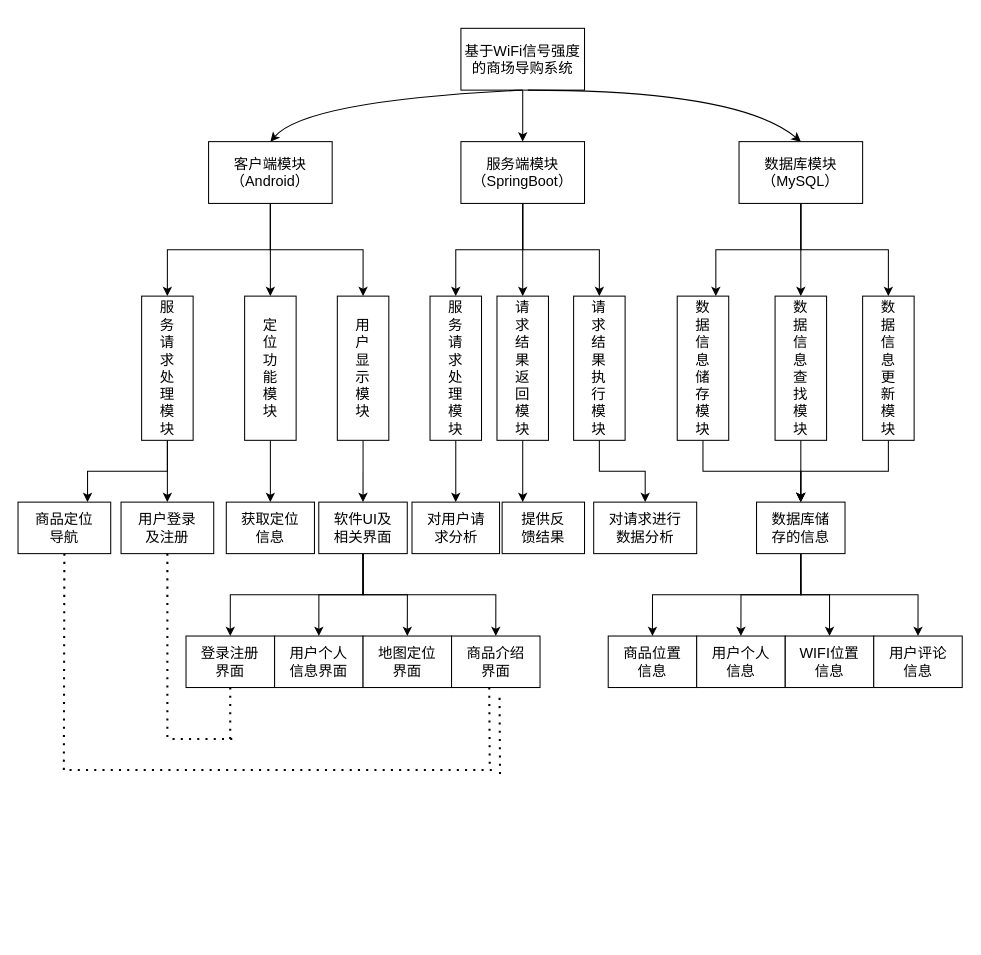
Above: graphs/graph.drawio in Witchcraft-Jasper/SWIEAGO (draw.io), before the change. Source tidied: cells renumbered, new cells numbered last; positions are measured from the earlier drawing's top-left corner, leaving out a move shared by most shapes. Both pictures are drawn from the tidied source at 103%, with x=0, y=0 at pixel (18, 28).
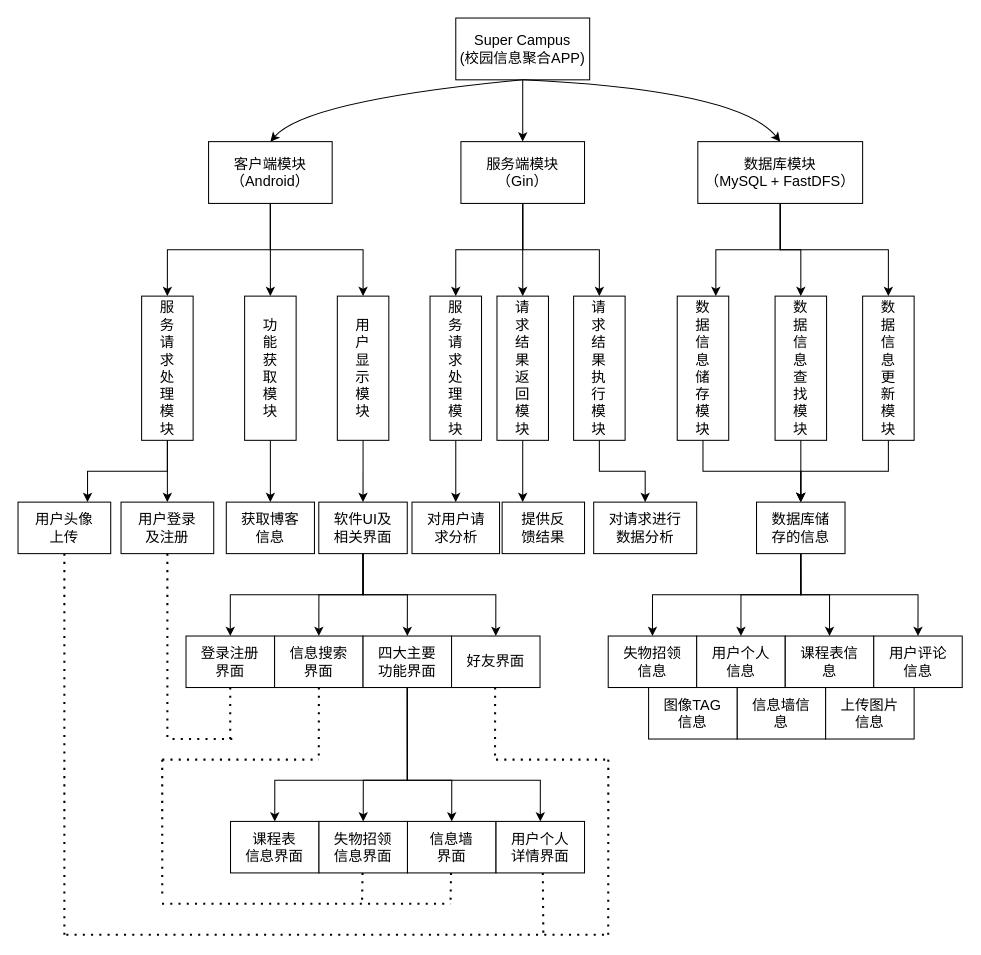
After the change.

What changed in the source:
```diff
@@
-    <mxCell id="3" value="&lt;font style=&quot;font-size: 14px&quot;&gt;基于WiFi信号强度的商场导购系统&lt;/font&gt;" style="rounded=0;whiteSpace=wrap;html=1;" parent="1" vertex="1">
-      <mxGeometry x="430" width="120" height="60" as="geometry" />
+    <mxCell id="3" value="&lt;font style=&quot;font-size: 14px&quot;&gt;Super Campus&lt;br&gt;(校园信息聚合APP)&lt;br&gt;&lt;/font&gt;" style="rounded=0;whiteSpace=wrap;html=1;" parent="1" vertex="1">
+      <mxGeometry x="425" y="-10" width="130" height="60" as="geometry" />
     </mxCell>
@@
-    <mxCell id="12" value="&lt;font style=&quot;font-size: 14px&quot;&gt;服务端模块&lt;br&gt;（SpringBoot）&lt;br&gt;&lt;/font&gt;" style="rounded=0;whiteSpace=wrap;html=1;rotation=0;" parent="1" vertex="1">
+    <mxCell id="12" value="&lt;font style=&quot;font-size: 14px&quot;&gt;服务端模块&lt;br&gt;（Gin）&lt;br&gt;&lt;/font&gt;" style="rounded=0;whiteSpace=wrap;html=1;rotation=0;" parent="1" vertex="1">
       <mxGeometry x="430" y="110" width="120" height="60" as="geometry" />
     </mxCell>
@@
-    <mxCell id="16" value="&lt;font style=&quot;font-size: 14px&quot;&gt;数据库模块&lt;br&gt;（MySQL）&lt;br&gt;&lt;/font&gt;" style="rounded=0;whiteSpace=wrap;html=1;" parent="1" vertex="1">
-      <mxGeometry x="700" y="110" width="120" height="60" as="geometry" />
+    <mxCell id="16" value="&lt;font style=&quot;font-size: 14px&quot;&gt;数据库模块&lt;br&gt;（MySQL + FastDFS）&lt;br&gt;&lt;/font&gt;" style="rounded=0;whiteSpace=wrap;html=1;" parent="1" vertex="1">
+      <mxGeometry x="660" y="110" width="160" height="60" as="geometry" />
     </mxCell>
@@
-    <mxCell id="21" value="定位功能模块" style="rounded=0;whiteSpace=wrap;html=1;fontSize=14;verticalAlign=middle;spacingTop=0;spacingBottom=0;spacing=15;" parent="1" vertex="1">
+    <mxCell id="21" value="功能获取模块" style="rounded=0;whiteSpace=wrap;html=1;fontSize=14;verticalAlign=middle;spacingTop=0;spacingBottom=0;spacing=15;" parent="1" vertex="1">
       <mxGeometry x="220" y="260" width="50" height="140" as="geometry" />
     </mxCell>
@@
-    <mxCell id="24" style="curved=1;endArrow=classic;html=1;exitX=0.5;exitY=1;exitDx=0;exitDy=0;entryX=0.5;entryY=0;entryDx=0;entryDy=0;horizontal=1;" parent="1" edge="1" target="16">
+    <mxCell id="24" style="curved=1;endArrow=classic;html=1;exitX=0.5;exitY=1;exitDx=0;exitDy=0;entryX=0.5;entryY=0;entryDx=0;entryDy=0;horizontal=1;" parent="1" edge="1" source="3" target="16">
       <mxGeometry relative="1" as="geometry">
-        <mxPoint x="495" y="60" as="sourcePoint" />
         <Array as="points">
           <mxPoint x="700" y="60" />
         </Array>
       </mxGeometry>
     </mxCell>
-    <mxCell id="25" value="商品定位&lt;br&gt;导航" style="rounded=0;whiteSpace=wrap;html=1;fontSize=14;verticalAlign=middle;spacingTop=0;spacingBottom=0;spacing=15;direction=south;" parent="1" vertex="1">
+    <mxCell id="25" value="用户头像上传" style="rounded=0;whiteSpace=wrap;html=1;fontSize=14;verticalAlign=middle;spacingTop=0;spacingBottom=0;spacing=15;direction=south;" parent="1" vertex="1">
       <mxGeometry y="460" width="90" height="50" as="geometry" />
     </mxCell>
@@
-    <mxCell id="32" value="获取定位信息" style="rounded=0;whiteSpace=wrap;html=1;fontSize=14;verticalAlign=middle;spacingTop=0;spacingBottom=0;spacing=15;direction=south;" parent="1" vertex="1">
+    <mxCell id="32" value="获取博客信息" style="rounded=0;whiteSpace=wrap;html=1;fontSize=14;verticalAlign=middle;spacingTop=0;spacingBottom=0;spacing=15;direction=south;" parent="1" vertex="1">
       <mxGeometry x="202.2" y="460" width="85.6" height="50" as="geometry" />
     </mxCell>
@@
-    <mxCell id="47" value="商品位置信息" style="rounded=0;whiteSpace=wrap;html=1;fontSize=14;verticalAlign=middle;spacingTop=0;spacingBottom=0;spacing=15;direction=south;" parent="1" vertex="1">
+    <mxCell id="47" value="失物招领信息" style="rounded=0;whiteSpace=wrap;html=1;fontSize=14;verticalAlign=middle;spacingTop=0;spacingBottom=0;spacing=15;direction=south;" parent="1" vertex="1">
       <mxGeometry x="573" y="590" width="85.9" height="50" as="geometry" />
     </mxCell>
@@
-    <mxCell id="49" value="WIFI位置信息" style="rounded=0;whiteSpace=wrap;html=1;fontSize=14;verticalAlign=middle;spacingTop=0;spacingBottom=0;spacing=15;direction=south;" parent="1" vertex="1">
+    <mxCell id="49" value="课程表信息" style="rounded=0;whiteSpace=wrap;html=1;fontSize=14;verticalAlign=middle;spacingTop=0;spacingBottom=0;spacing=15;direction=south;" parent="1" vertex="1">
       <mxGeometry x="744.9" y="590" width="85.9" height="50" as="geometry" />
     </mxCell>
@@
-    <mxCell id="58" value="用户个人信息界面" style="rounded=0;whiteSpace=wrap;html=1;fontSize=14;verticalAlign=middle;spacingTop=0;spacingBottom=0;spacing=15;direction=south;" parent="1" vertex="1">
+    <mxCell id="58" value="信息搜索界面" style="rounded=0;whiteSpace=wrap;html=1;fontSize=14;verticalAlign=middle;spacingTop=0;spacingBottom=0;spacing=15;direction=south;" parent="1" vertex="1">
       <mxGeometry x="249.1" y="590" width="85.9" height="50" as="geometry" />
     </mxCell>
+    <mxCell id="68" style="edgeStyle=orthogonalEdgeStyle;rounded=0;jettySize=auto;html=1;exitX=1;exitY=0.5;exitDx=0;exitDy=0;entryX=0;entryY=0.5;entryDx=0;entryDy=0;" parent="1" edge="1" source="59" target="75">
+      <mxGeometry relative="1" as="geometry">
+        <Array as="points">
+          <mxPoint x="378" y="730" />
+          <mxPoint x="249" y="730" />
+        </Array>
+      </mxGeometry>
+    </mxCell>
+    <mxCell id="69" style="edgeStyle=orthogonalEdgeStyle;rounded=0;jettySize=auto;html=1;exitX=1;exitY=0.5;exitDx=0;exitDy=0;entryX=0;entryY=0.5;entryDx=0;entryDy=0;" parent="1" edge="1" source="59" target="77">
+      <mxGeometry relative="1" as="geometry">
+        <Array as="points">
+          <mxPoint x="378" y="730" />
+          <mxPoint x="421" y="730" />
+        </Array>
+      </mxGeometry>
+    </mxCell>
+    <mxCell id="70" style="edgeStyle=orthogonalEdgeStyle;rounded=0;jettySize=auto;html=1;exitX=1;exitY=0.5;exitDx=0;exitDy=0;entryX=0;entryY=0.5;entryDx=0;entryDy=0;" parent="1" edge="1" source="59" target="78">
+      <mxGeometry relative="1" as="geometry">
+        <Array as="points">
+          <mxPoint x="378" y="730" />
+          <mxPoint x="507" y="730" />
+        </Array>
+      </mxGeometry>
+    </mxCell>
+    <mxCell id="71" style="edgeStyle=orthogonalEdgeStyle;rounded=0;jettySize=auto;html=1;exitX=1;exitY=0.5;exitDx=0;exitDy=0;entryX=0;entryY=0.5;entryDx=0;entryDy=0;" parent="1" edge="1" source="59" target="76">
+      <mxGeometry relative="1" as="geometry">
+        <Array as="points">
+          <mxPoint x="378" y="730" />
+          <mxPoint x="335" y="730" />
+        </Array>
+      </mxGeometry>
+    </mxCell>
-    <mxCell id="59" value="地图定位界面" style="rounded=0;whiteSpace=wrap;html=1;fontSize=14;verticalAlign=middle;spacingTop=0;spacingBottom=0;spacing=15;direction=south;" parent="1" vertex="1">
+    <mxCell id="59" value="四大主要功能界面" style="rounded=0;whiteSpace=wrap;html=1;fontSize=14;verticalAlign=middle;spacingTop=0;spacingBottom=0;spacing=15;direction=south;" parent="1" vertex="1">
       <mxGeometry x="335" y="590" width="85.9" height="50" as="geometry" />
     </mxCell>
-    <mxCell id="60" value="商品介绍界面" style="rounded=0;whiteSpace=wrap;html=1;fontSize=14;verticalAlign=middle;spacingTop=0;spacingBottom=0;spacing=15;direction=south;" parent="1" vertex="1">
+    <mxCell id="60" value="好友界面" style="rounded=0;whiteSpace=wrap;html=1;fontSize=14;verticalAlign=middle;spacingTop=0;spacingBottom=0;spacing=15;direction=south;" parent="1" vertex="1">
       <mxGeometry x="420.9" y="590" width="85.9" height="50" as="geometry" />
     </mxCell>
@@
     <mxCell id="64" style="endArrow=none;dashed=1;html=1;dashPattern=1 3;strokeWidth=2;exitX=1;exitY=0.5;exitDx=0;exitDy=0;" parent="1" edge="1" source="25">
       <mxGeometry relative="1" as="geometry">
-        <mxPoint x="44.5" y="720" as="targetPoint" />
+        <mxPoint x="45" y="880" as="targetPoint" />
       </mxGeometry>
     </mxCell>
     <mxCell id="65" style="endArrow=none;dashed=1;html=1;dashPattern=1 3;strokeWidth=2;" parent="1" edge="1">
       <mxGeometry relative="1" as="geometry">
-        <mxPoint x="50" y="720" as="sourcePoint" />
-        <mxPoint x="460" y="720" as="targetPoint" />
+        <mxPoint x="46.9" y="880" as="sourcePoint" />
+        <mxPoint x="570" y="880" as="targetPoint" />
       </mxGeometry>
     </mxCell>
     <mxCell id="66" style="endArrow=none;dashed=1;html=1;dashPattern=1 3;strokeWidth=2;" parent="1" edge="1">
       <mxGeometry relative="1" as="geometry">
-        <mxPoint x="457.5" y="640" as="sourcePoint" />
-        <mxPoint x="458" y="720" as="targetPoint" />
+        <mxPoint x="509.5" y="820" as="sourcePoint" />
+        <mxPoint x="510" y="880" as="targetPoint" />
       </mxGeometry>
     </mxCell>
-    <mxCell id="67" style="endArrow=none;dashed=1;html=1;dashPattern=1 3;strokeWidth=2;" parent="1" edge="1">
-      <mxGeometry relative="1" as="geometry">
-        <mxPoint x="467.5" y="650" as="sourcePoint" />
-        <mxPoint x="468" y="730" as="targetPoint" />
-      </mxGeometry>
-    </mxCell>
+    <mxCell id="72" value="信息墙信息" style="rounded=0;whiteSpace=wrap;html=1;fontSize=14;verticalAlign=middle;spacingTop=0;spacingBottom=0;spacing=15;direction=south;" parent="1" vertex="1">
+      <mxGeometry x="698.1" y="640" width="85.9" height="50" as="geometry" />
+    </mxCell>
+    <mxCell id="73" value="上传图片信息" style="rounded=0;whiteSpace=wrap;html=1;fontSize=14;verticalAlign=middle;spacingTop=0;spacingBottom=0;spacing=15;direction=south;" parent="1" vertex="1">
+      <mxGeometry x="784.1" y="640" width="85.9" height="50" as="geometry" />
+    </mxCell>
+    <mxCell id="74" value="图像TAG信息" style="rounded=0;whiteSpace=wrap;html=1;fontSize=14;verticalAlign=middle;spacingTop=0;spacingBottom=0;spacing=15;direction=south;" parent="1" vertex="1">
+      <mxGeometry x="612.2" y="640" width="85.9" height="50" as="geometry" />
+    </mxCell>
+    <mxCell id="75" value="课程表&lt;br&gt;信息界面" style="rounded=0;whiteSpace=wrap;html=1;fontSize=14;verticalAlign=middle;spacingTop=0;spacingBottom=0;spacing=15;direction=south;" parent="1" vertex="1">
+      <mxGeometry x="206.3" y="770" width="85.9" height="50" as="geometry" />
+    </mxCell>
+    <mxCell id="76" value="失物招领信息界面" style="rounded=0;whiteSpace=wrap;html=1;fontSize=14;verticalAlign=middle;spacingTop=0;spacingBottom=0;spacing=15;direction=south;" parent="1" vertex="1">
+      <mxGeometry x="292.2" y="770" width="85.9" height="50" as="geometry" />
+    </mxCell>
+    <mxCell id="77" value="信息墙&lt;br&gt;界面" style="rounded=0;whiteSpace=wrap;html=1;fontSize=14;verticalAlign=middle;spacingTop=0;spacingBottom=0;spacing=15;direction=south;" parent="1" vertex="1">
+      <mxGeometry x="378.1" y="770" width="85.9" height="50" as="geometry" />
+    </mxCell>
+    <mxCell id="78" value="用户个人详情界面" style="rounded=0;whiteSpace=wrap;html=1;fontSize=14;verticalAlign=middle;spacingTop=0;spacingBottom=0;spacing=15;direction=south;" parent="1" vertex="1">
+      <mxGeometry x="464.1" y="770" width="85.9" height="50" as="geometry" />
+    </mxCell>
+    <mxCell id="79" style="endArrow=none;dashed=1;html=1;dashPattern=1 3;strokeWidth=2;exitX=1;exitY=0.5;exitDx=0;exitDy=0;" parent="1" edge="1">
+      <mxGeometry relative="1" as="geometry">
+        <mxPoint x="292.1" y="640" as="sourcePoint" />
+        <mxPoint x="292" y="710" as="targetPoint" />
+      </mxGeometry>
+    </mxCell>
+    <mxCell id="80" style="endArrow=none;dashed=1;html=1;dashPattern=1 3;strokeWidth=2;" parent="1" edge="1">
+      <mxGeometry relative="1" as="geometry">
+        <mxPoint x="140" y="710" as="sourcePoint" />
+        <mxPoint x="292.2" y="710" as="targetPoint" />
+      </mxGeometry>
+    </mxCell>
+    <mxCell id="81" style="endArrow=none;dashed=1;html=1;dashPattern=1 3;strokeWidth=2;exitX=1;exitY=0.5;exitDx=0;exitDy=0;" parent="1" edge="1">
+      <mxGeometry relative="1" as="geometry">
+        <mxPoint x="140" y="710" as="sourcePoint" />
+        <mxPoint x="140" y="840" as="targetPoint" />
+      </mxGeometry>
+    </mxCell>
+    <mxCell id="82" style="endArrow=none;dashed=1;html=1;dashPattern=1 3;strokeWidth=2;" parent="1" edge="1">
+      <mxGeometry relative="1" as="geometry">
+        <mxPoint x="139.8" y="850" as="sourcePoint" />
+        <mxPoint x="420" y="850" as="targetPoint" />
+      </mxGeometry>
+    </mxCell>
+    <mxCell id="83" style="endArrow=none;dashed=1;html=1;dashPattern=1 3;strokeWidth=2;" parent="1" edge="1">
+      <mxGeometry relative="1" as="geometry">
+        <mxPoint x="334.5" y="820" as="sourcePoint" />
+        <mxPoint x="334" y="850" as="targetPoint" />
+      </mxGeometry>
+    </mxCell>
+    <mxCell id="84" style="endArrow=none;dashed=1;html=1;dashPattern=1 3;strokeWidth=2;" parent="1" edge="1">
+      <mxGeometry relative="1" as="geometry">
+        <mxPoint x="420.4" y="820" as="sourcePoint" />
+        <mxPoint x="419.9" y="850" as="targetPoint" />
+      </mxGeometry>
+    </mxCell>
+    <mxCell id="85" style="endArrow=none;dashed=1;html=1;dashPattern=1 3;strokeWidth=2;exitX=1;exitY=0.5;exitDx=0;exitDy=0;" parent="1" edge="1">
+      <mxGeometry relative="1" as="geometry">
+        <mxPoint x="463.2" y="640" as="sourcePoint" />
+        <mxPoint x="463.1" y="710" as="targetPoint" />
+      </mxGeometry>
+    </mxCell>
+    <mxCell id="86" style="endArrow=none;dashed=1;html=1;dashPattern=1 3;strokeWidth=2;" parent="1" edge="1">
+      <mxGeometry relative="1" as="geometry">
+        <mxPoint x="464.1" y="710" as="sourcePoint" />
+        <mxPoint x="570" y="710" as="targetPoint" />
+      </mxGeometry>
+    </mxCell>
+    <mxCell id="87" style="endArrow=none;dashed=1;html=1;dashPattern=1 3;strokeWidth=2;exitX=1;exitY=0.5;exitDx=0;exitDy=0;" parent="1" edge="1">
+      <mxGeometry relative="1" as="geometry">
+        <mxPoint x="573.1" y="710" as="sourcePoint" />
+        <mxPoint x="573" y="880" as="targetPoint" />
+      </mxGeometry>
+    </mxCell>
```
